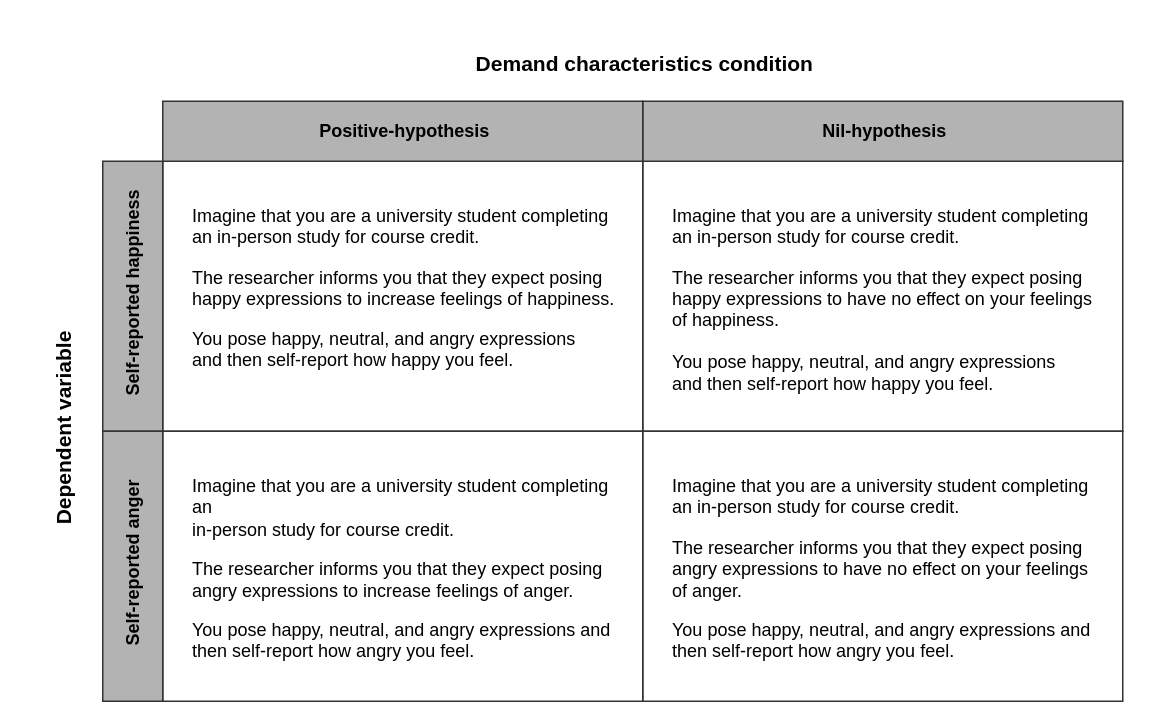
This is page "VIGS" (2 of 14) of images/metaware_figures.drawio from ColesNicholas/metaware, a draw.io file, before an edit. Source tidied: cells renumbered, new cells numbered last; positions are measured from the earlier drawing's top-left corner, leaving out a move shared by most shapes. Both pictures are drawn from the tidied source at 150%, with x=0, y=0 at pixel (-204, 26).
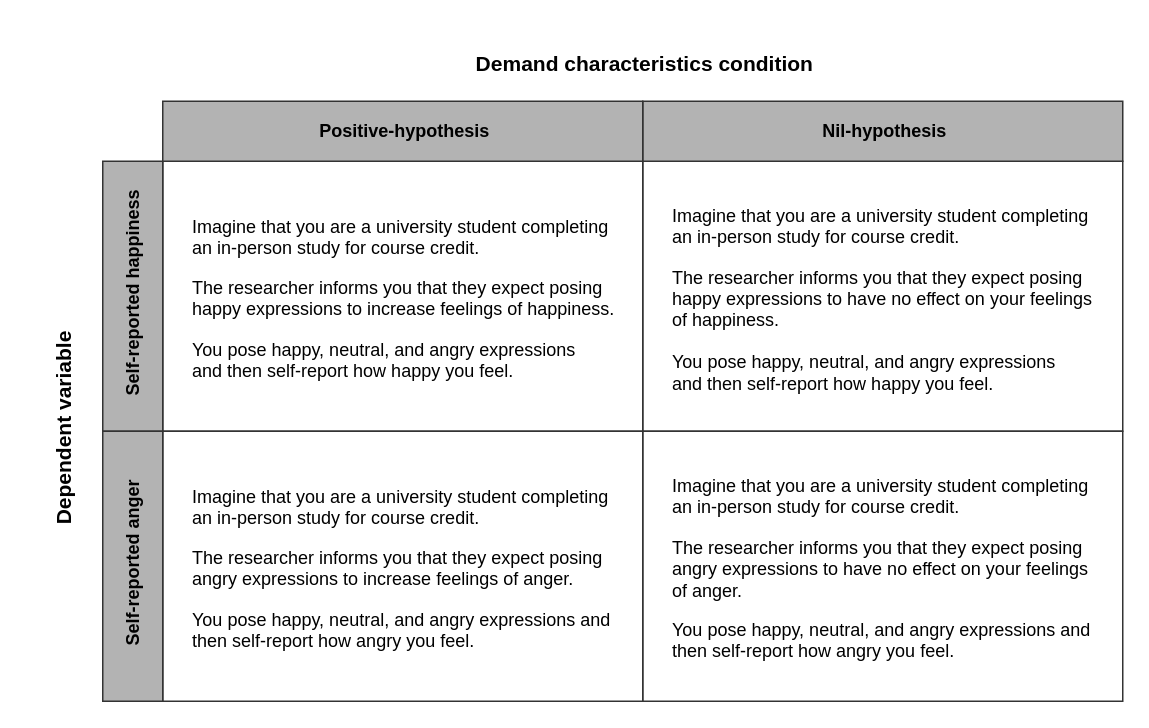
The same page after the edit.

The edit, as a diff of the source:
```diff
@@
 <mxGraphModel>
   <root>
     <mxCell id="0" />
     <mxCell id="1" parent="0" />
-    <mxCell id="2" value="&lt;p class=&quot;MsoNormal&quot;&gt;Imagine that you are a university student completing an in-person study for course credit.&lt;/p&gt;&lt;p class=&quot;MsoNormal&quot;&gt;The researcher informs you that they expect posing happy expressions to increase feelings of happiness.&lt;/p&gt;&lt;span&gt;You pose happy, neutral, and angry expressions&lt;br&gt;and then self-report how happy you feel.&lt;/span&gt;" style="text;whiteSpace=wrap;html=1;spacingLeft=7;spacingRight=7;spacing=13;strokeColor=#333333;verticalAlign=top;horizontal=1;" parent="1" vertex="1">
+    <mxCell id="2" value="&lt;p class=&quot;MsoNormal&quot;&gt;Imagine that you are a university student completing an in-person study for course credit.&lt;/p&gt;&lt;p class=&quot;MsoNormal&quot;&gt;The researcher informs you that they expect posing happy expressions to increase feelings of happiness.&lt;/p&gt;&lt;span&gt;You pose happy, neutral, and angry expressions&lt;br&gt;and then self-report how happy you feel.&lt;/span&gt;" style="text;whiteSpace=wrap;html=1;spacingLeft=7;spacingRight=7;spacing=13;strokeColor=#333333;verticalAlign=top;horizontal=1;spacingTop=7;" parent="1" vertex="1">
       <mxGeometry x="244" y="90" width="320" height="180" as="geometry" />
     </mxCell>
     <mxCell id="3" value="&lt;p class=&quot;MsoNormal&quot;&gt;Imagine that you are a university student completing an in-person study for course credit.&lt;/p&gt;&lt;p style=&quot;margin-bottom:0in;line-height:normal&quot; class=&quot;MsoNormal&quot;&gt;&lt;span&gt;The researcher informs you that they expect posing happy expressions to have no effect on your feelings of happiness.&lt;/span&gt;&lt;/p&gt;&lt;span&gt;&lt;font color=&quot;#000000&quot;&gt;&lt;br&gt;&lt;/font&gt;You pose happy, neutral, and angry expressions&lt;br&gt;and then self-report how happy you feel.&lt;/span&gt;" style="text;whiteSpace=wrap;html=1;spacingLeft=7;spacingRight=7;spacing=13;strokeColor=#333333;verticalAlign=top;" parent="1" vertex="1">
       <mxGeometry x="564" y="90" width="320" height="180" as="geometry" />
     </mxCell>
-    <mxCell id="4" value="&lt;p class=&quot;MsoNormal&quot;&gt;Imagine that you are a university student completing an&lt;br&gt;in-person study for course credit.&lt;/p&gt;&lt;p class=&quot;MsoNormal&quot;&gt;The researcher informs you that they expect posing angry expressions to increase feelings of anger.&lt;/p&gt;&lt;span style=&quot;background-color: initial;&quot;&gt;You pose happy, neutral, and angry expressions and then&amp;nbsp;&lt;/span&gt;&lt;span style=&quot;background-color: initial;&quot;&gt;self-report how angry you feel.&lt;/span&gt;&lt;span style=&quot;background-color: initial;&quot;&gt;&lt;br&gt;&lt;/span&gt;" style="text;whiteSpace=wrap;html=1;spacingLeft=7;spacingRight=7;spacing=13;strokeColor=#333333;" parent="1" vertex="1">
+    <mxCell id="4" value="&lt;p class=&quot;MsoNormal&quot;&gt;Imagine that you are a university student completing an in-person study for course credit.&lt;/p&gt;&lt;p class=&quot;MsoNormal&quot;&gt;The researcher informs you that they expect posing angry expressions to increase feelings of anger.&lt;/p&gt;&lt;span style=&quot;background-color: initial;&quot;&gt;You pose happy, neutral, and angry expressions and then&amp;nbsp;&lt;/span&gt;&lt;span style=&quot;background-color: initial;&quot;&gt;self-report how angry you feel.&lt;/span&gt;&lt;span style=&quot;background-color: initial;&quot;&gt;&lt;br&gt;&lt;/span&gt;" style="text;whiteSpace=wrap;html=1;spacingLeft=7;spacingRight=7;spacing=13;strokeColor=#333333;spacingTop=7;" parent="1" vertex="1">
       <mxGeometry x="244" y="270" width="320" height="180" as="geometry" />
     </mxCell>
     <mxCell id="5" value="&lt;p class=&quot;MsoNormal&quot;&gt;Imagine that you are a university student completing an in-person study for course credit.&lt;/p&gt;&lt;p class=&quot;MsoNormal&quot;&gt;The researcher informs you that they expect posing angry expressions to have no effect on your feelings of anger.&lt;/p&gt;&lt;p class=&quot;MsoNormal&quot;&gt;You pose happy, neutral, and angry expressions and then self-report how angry you feel.&lt;/p&gt;" style="text;whiteSpace=wrap;html=1;spacingLeft=7;spacingRight=7;spacing=13;strokeColor=#333333;" parent="1" vertex="1">
       <mxGeometry x="564" y="270" width="320" height="180" as="geometry" />
     </mxCell>
     <mxCell id="6" value="Self-reported happiness" style="text;whiteSpace=wrap;html=1;fillColor=#B3B3B3;fontColor=#000000;strokeColor=#333333;spacingLeft=5;spacingRight=2;spacing=5;align=center;rotation=-90;fontStyle=1;verticalAlign=middle;" parent="1" vertex="1">
       <mxGeometry x="134" y="160" width="180" height="40" as="geometry" />
     </mxCell>
     <mxCell id="7" value="Nil-hypothesis" style="text;whiteSpace=wrap;html=1;fillColor=#B3B3B3;fontColor=#000000;strokeColor=#333333;spacingLeft=5;spacingRight=2;spacing=5;align=center;fontStyle=1;verticalAlign=middle;" parent="1" vertex="1">
       <mxGeometry x="564" y="50" width="320" height="40" as="geometry" />
     </mxCell>
     <mxCell id="8" value="Self-reported anger" style="text;whiteSpace=wrap;html=1;fillColor=#B3B3B3;fontColor=#000000;strokeColor=#333333;spacingLeft=5;spacingRight=2;spacing=5;align=center;rotation=-90;fontStyle=1;verticalAlign=middle;" parent="1" vertex="1">
       <mxGeometry x="134" y="340" width="180" height="40" as="geometry" />
     </mxCell>
     <mxCell id="9" value="Positive-hypothesis" style="text;whiteSpace=wrap;html=1;fillColor=#B3B3B3;strokeColor=#333333;spacingLeft=5;spacingRight=2;spacing=5;align=center;fontColor=#000000;fontStyle=1;verticalAlign=middle;" parent="1" vertex="1">
       <mxGeometry x="244" y="50" width="320" height="40" as="geometry" />
     </mxCell>
     <mxCell id="10" value="Demand characteristics condition" style="text;whiteSpace=wrap;html=1;fillColor=none;strokeColor=none;spacingLeft=5;spacingRight=2;spacing=5;align=center;fontColor=#000000;fontStyle=1;verticalAlign=middle;fontSize=14;" parent="1" vertex="1">
       <mxGeometry x="244" width="640" height="50" as="geometry" />
     </mxCell>
     <mxCell id="11" value="Dependent variable" style="text;whiteSpace=wrap;html=1;fillColor=none;strokeColor=none;spacingLeft=5;spacingRight=2;spacing=5;align=center;fontColor=#000000;fontStyle=1;verticalAlign=middle;fontSize=14;rotation=-90;" parent="1" vertex="1">
       <mxGeometry y="245" width="356" height="50" as="geometry" />
     </mxCell>
   </root>
 </mxGraphModel>
```
